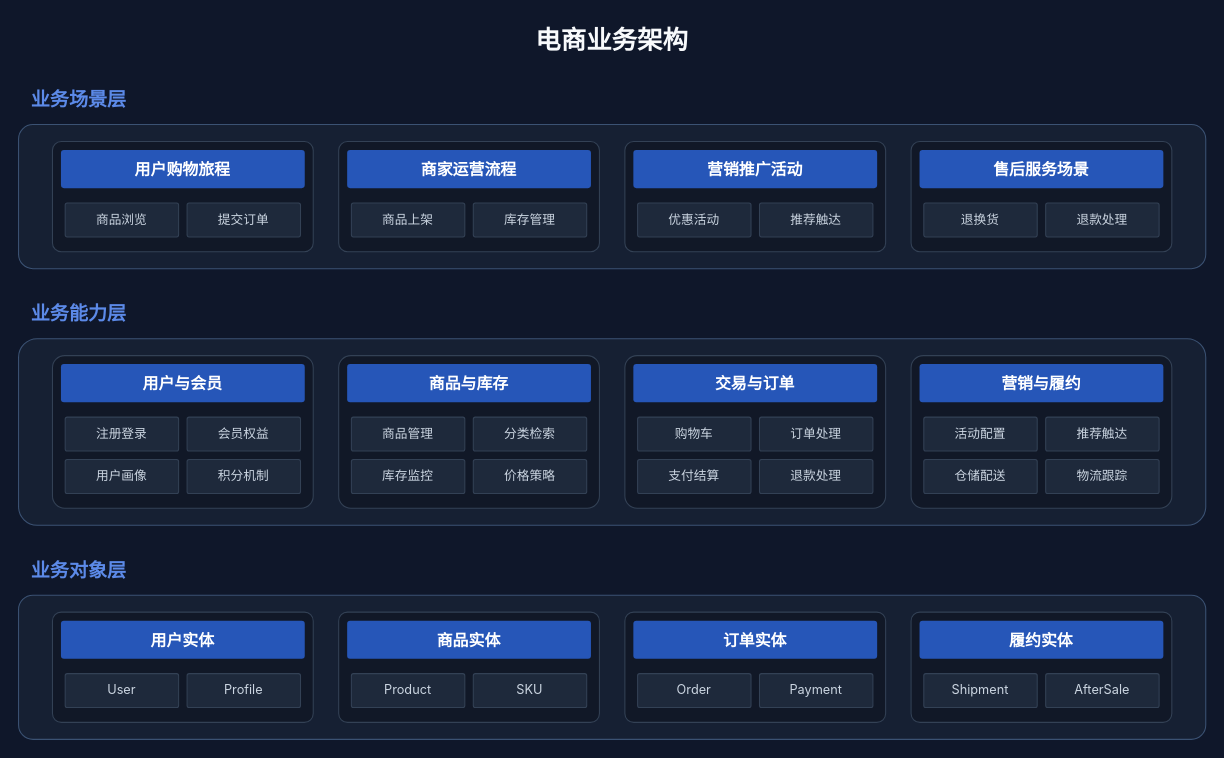
Before: .opencode/skills/xml-diagram/examples/architecture-business-dark-ecommerce.drawio in BeWaterMyFriend7/SKILL-PROJECT, a draw.io diagram. Source tidied: cells renumbered, new cells numbered last; positions are measured from the earlier drawing's top-left corner, leaving out a move shared by most shapes. Both pictures are drawn from the tidied source at 106%, with x=0, y=0 at pixel (18, 18).
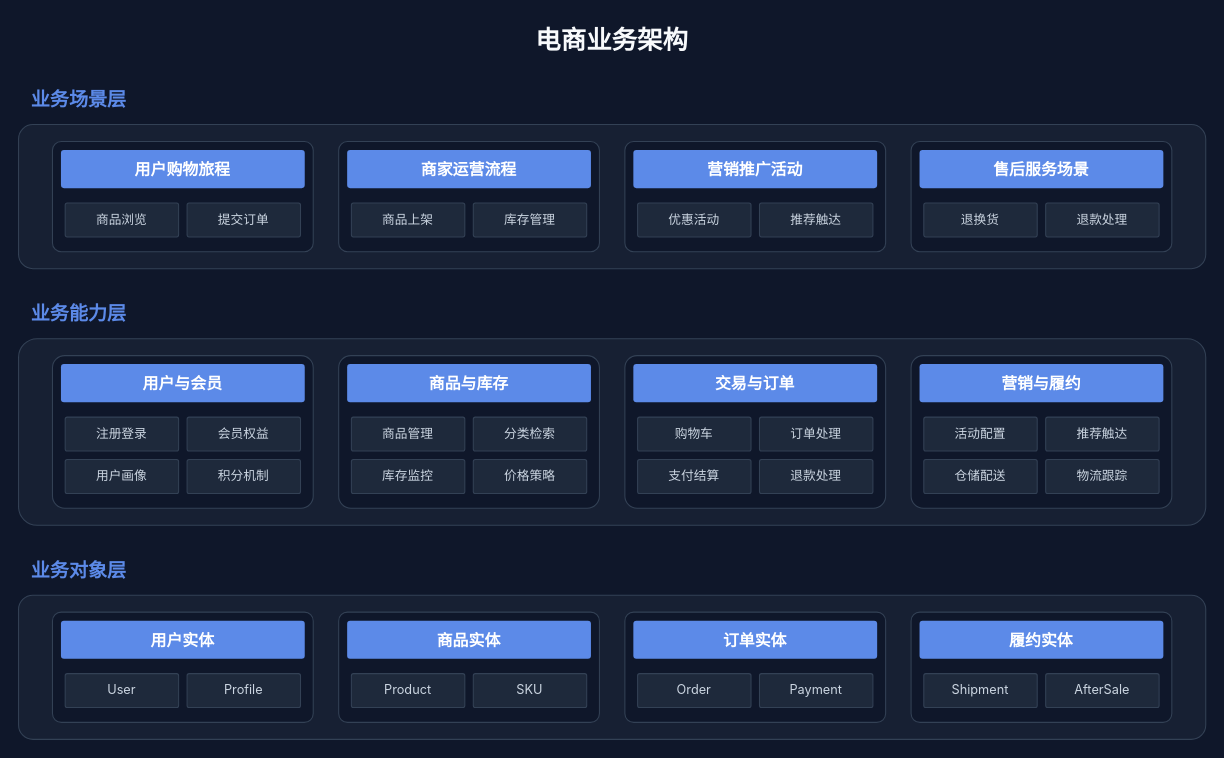
Above is the later version.

The edit, as a diff of the source:
```diff
@@
-    <mxCell id="4" style="rounded=1;arcSize=10;html=1;whiteSpace=wrap;fillColor=#162033;strokeColor=#3B5273;strokeWidth=1;" parent="1" vertex="1">
+    <mxCell id="4" style="rounded=1;arcSize=10;html=1;whiteSpace=wrap;fillColor=#172033;strokeColor=#334155;strokeWidth=1;" parent="1" vertex="1">
       <mxGeometry y="100" width="1120" height="136" as="geometry" />
     </mxCell>
-    <mxCell id="5" style="rounded=1;arcSize=8;html=1;whiteSpace=wrap;fillColor=#111827;strokeColor=#334155;strokeWidth=1;" parent="4" vertex="1">
+    <mxCell id="5" style="rounded=1;arcSize=8;html=1;whiteSpace=wrap;fillColor=#0F172A;strokeColor=#334155;strokeWidth=1;" parent="4" vertex="1">
       <mxGeometry x="32" y="16" width="246" height="104" as="geometry" />
     </mxCell>
-    <mxCell id="6" value="用户购物旅程" style="rounded=1;arcSize=8;html=1;whiteSpace=wrap;align=center;verticalAlign=middle;fillColor=#2656B8;strokeColor=none;fontFamily=Inter, Noto Sans SC, Microsoft YaHei, sans-serif;fontSize=15;fontStyle=1;fontColor=#FFFFFF;" parent="5" vertex="1">
+    <mxCell id="6" value="用户购物旅程" style="rounded=1;arcSize=8;html=1;whiteSpace=wrap;align=center;verticalAlign=middle;fillColor=#5C8AE8;strokeColor=none;fontFamily=Inter, Noto Sans SC, Microsoft YaHei, sans-serif;fontSize=15;fontStyle=1;fontColor=#FFFFFF;" parent="5" vertex="1">
       <mxGeometry x="8" y="8" width="230" height="36" as="geometry" />
     </mxCell>
@@
-    <mxCell id="9" style="rounded=1;arcSize=8;html=1;whiteSpace=wrap;fillColor=#111827;strokeColor=#334155;strokeWidth=1;" parent="4" vertex="1">
+    <mxCell id="9" style="rounded=1;arcSize=8;html=1;whiteSpace=wrap;fillColor=#0F172A;strokeColor=#334155;strokeWidth=1;" parent="4" vertex="1">
       <mxGeometry x="302" y="16" width="246" height="104" as="geometry" />
     </mxCell>
-    <mxCell id="10" value="商家运营流程" style="rounded=1;arcSize=8;html=1;whiteSpace=wrap;align=center;verticalAlign=middle;fillColor=#2656B8;strokeColor=none;fontFamily=Inter, Noto Sans SC, Microsoft YaHei, sans-serif;fontSize=15;fontStyle=1;fontColor=#FFFFFF;" parent="9" vertex="1">
+    <mxCell id="10" value="商家运营流程" style="rounded=1;arcSize=8;html=1;whiteSpace=wrap;align=center;verticalAlign=middle;fillColor=#5C8AE8;strokeColor=none;fontFamily=Inter, Noto Sans SC, Microsoft YaHei, sans-serif;fontSize=15;fontStyle=1;fontColor=#FFFFFF;" parent="9" vertex="1">
       <mxGeometry x="8" y="8" width="230" height="36" as="geometry" />
     </mxCell>
@@
-    <mxCell id="13" style="rounded=1;arcSize=8;html=1;whiteSpace=wrap;fillColor=#111827;strokeColor=#334155;strokeWidth=1;" parent="4" vertex="1">
+    <mxCell id="13" style="rounded=1;arcSize=8;html=1;whiteSpace=wrap;fillColor=#0F172A;strokeColor=#334155;strokeWidth=1;" parent="4" vertex="1">
       <mxGeometry x="572" y="16" width="246" height="104" as="geometry" />
     </mxCell>
-    <mxCell id="14" value="营销推广活动" style="rounded=1;arcSize=8;html=1;whiteSpace=wrap;align=center;verticalAlign=middle;fillColor=#2656B8;strokeColor=none;fontFamily=Inter, Noto Sans SC, Microsoft YaHei, sans-serif;fontSize=15;fontStyle=1;fontColor=#FFFFFF;" parent="13" vertex="1">
+    <mxCell id="14" value="营销推广活动" style="rounded=1;arcSize=8;html=1;whiteSpace=wrap;align=center;verticalAlign=middle;fillColor=#5C8AE8;strokeColor=none;fontFamily=Inter, Noto Sans SC, Microsoft YaHei, sans-serif;fontSize=15;fontStyle=1;fontColor=#FFFFFF;" parent="13" vertex="1">
       <mxGeometry x="8" y="8" width="230" height="36" as="geometry" />
     </mxCell>
@@
-    <mxCell id="17" style="rounded=1;arcSize=8;html=1;whiteSpace=wrap;fillColor=#111827;strokeColor=#334155;strokeWidth=1;" parent="4" vertex="1">
+    <mxCell id="17" style="rounded=1;arcSize=8;html=1;whiteSpace=wrap;fillColor=#0F172A;strokeColor=#334155;strokeWidth=1;" parent="4" vertex="1">
       <mxGeometry x="842" y="16" width="246" height="104" as="geometry" />
     </mxCell>
-    <mxCell id="18" value="售后服务场景" style="rounded=1;arcSize=8;html=1;whiteSpace=wrap;align=center;verticalAlign=middle;fillColor=#2656B8;strokeColor=none;fontFamily=Inter, Noto Sans SC, Microsoft YaHei, sans-serif;fontSize=15;fontStyle=1;fontColor=#FFFFFF;" parent="17" vertex="1">
+    <mxCell id="18" value="售后服务场景" style="rounded=1;arcSize=8;html=1;whiteSpace=wrap;align=center;verticalAlign=middle;fillColor=#5C8AE8;strokeColor=none;fontFamily=Inter, Noto Sans SC, Microsoft YaHei, sans-serif;fontSize=15;fontStyle=1;fontColor=#FFFFFF;" parent="17" vertex="1">
       <mxGeometry x="8" y="8" width="230" height="36" as="geometry" />
     </mxCell>
@@
-    <mxCell id="22" style="rounded=1;arcSize=10;html=1;whiteSpace=wrap;fillColor=#162033;strokeColor=#3B5273;strokeWidth=1;" parent="1" vertex="1">
+    <mxCell id="22" style="rounded=1;arcSize=10;html=1;whiteSpace=wrap;fillColor=#172033;strokeColor=#334155;strokeWidth=1;" parent="1" vertex="1">
       <mxGeometry y="302" width="1120" height="176" as="geometry" />
     </mxCell>
-    <mxCell id="23" style="rounded=1;arcSize=8;html=1;whiteSpace=wrap;fillColor=#111827;strokeColor=#334155;strokeWidth=1;" parent="22" vertex="1">
+    <mxCell id="23" style="rounded=1;arcSize=8;html=1;whiteSpace=wrap;fillColor=#0F172A;strokeColor=#334155;strokeWidth=1;" parent="22" vertex="1">
       <mxGeometry x="32" y="16" width="246" height="144" as="geometry" />
     </mxCell>
-    <mxCell id="24" value="用户与会员" style="rounded=1;arcSize=8;html=1;whiteSpace=wrap;align=center;verticalAlign=middle;fillColor=#2656B8;strokeColor=none;fontFamily=Inter, Noto Sans SC, Microsoft YaHei, sans-serif;fontSize=15;fontStyle=1;fontColor=#FFFFFF;" parent="23" vertex="1">
+    <mxCell id="24" value="用户与会员" style="rounded=1;arcSize=8;html=1;whiteSpace=wrap;align=center;verticalAlign=middle;fillColor=#5C8AE8;strokeColor=none;fontFamily=Inter, Noto Sans SC, Microsoft YaHei, sans-serif;fontSize=15;fontStyle=1;fontColor=#FFFFFF;" parent="23" vertex="1">
       <mxGeometry x="8" y="8" width="230" height="36" as="geometry" />
     </mxCell>
@@
-    <mxCell id="29" style="rounded=1;arcSize=8;html=1;whiteSpace=wrap;fillColor=#111827;strokeColor=#334155;strokeWidth=1;" parent="22" vertex="1">
+    <mxCell id="29" style="rounded=1;arcSize=8;html=1;whiteSpace=wrap;fillColor=#0F172A;strokeColor=#334155;strokeWidth=1;" parent="22" vertex="1">
       <mxGeometry x="302" y="16" width="246" height="144" as="geometry" />
     </mxCell>
-    <mxCell id="30" value="商品与库存" style="rounded=1;arcSize=8;html=1;whiteSpace=wrap;align=center;verticalAlign=middle;fillColor=#2656B8;strokeColor=none;fontFamily=Inter, Noto Sans SC, Microsoft YaHei, sans-serif;fontSize=15;fontStyle=1;fontColor=#FFFFFF;" parent="29" vertex="1">
+    <mxCell id="30" value="商品与库存" style="rounded=1;arcSize=8;html=1;whiteSpace=wrap;align=center;verticalAlign=middle;fillColor=#5C8AE8;strokeColor=none;fontFamily=Inter, Noto Sans SC, Microsoft YaHei, sans-serif;fontSize=15;fontStyle=1;fontColor=#FFFFFF;" parent="29" vertex="1">
       <mxGeometry x="8" y="8" width="230" height="36" as="geometry" />
     </mxCell>
@@
-    <mxCell id="35" style="rounded=1;arcSize=8;html=1;whiteSpace=wrap;fillColor=#111827;strokeColor=#334155;strokeWidth=1;" parent="22" vertex="1">
+    <mxCell id="35" style="rounded=1;arcSize=8;html=1;whiteSpace=wrap;fillColor=#0F172A;strokeColor=#334155;strokeWidth=1;" parent="22" vertex="1">
       <mxGeometry x="572" y="16" width="246" height="144" as="geometry" />
     </mxCell>
-    <mxCell id="36" value="交易与订单" style="rounded=1;arcSize=8;html=1;whiteSpace=wrap;align=center;verticalAlign=middle;fillColor=#2656B8;strokeColor=none;fontFamily=Inter, Noto Sans SC, Microsoft YaHei, sans-serif;fontSize=15;fontStyle=1;fontColor=#FFFFFF;" parent="35" vertex="1">
+    <mxCell id="36" value="交易与订单" style="rounded=1;arcSize=8;html=1;whiteSpace=wrap;align=center;verticalAlign=middle;fillColor=#5C8AE8;strokeColor=none;fontFamily=Inter, Noto Sans SC, Microsoft YaHei, sans-serif;fontSize=15;fontStyle=1;fontColor=#FFFFFF;" parent="35" vertex="1">
       <mxGeometry x="8" y="8" width="230" height="36" as="geometry" />
     </mxCell>
@@
-    <mxCell id="41" style="rounded=1;arcSize=8;html=1;whiteSpace=wrap;fillColor=#111827;strokeColor=#334155;strokeWidth=1;" parent="22" vertex="1">
+    <mxCell id="41" style="rounded=1;arcSize=8;html=1;whiteSpace=wrap;fillColor=#0F172A;strokeColor=#334155;strokeWidth=1;" parent="22" vertex="1">
       <mxGeometry x="842" y="16" width="246" height="144" as="geometry" />
     </mxCell>
-    <mxCell id="42" value="营销与履约" style="rounded=1;arcSize=8;html=1;whiteSpace=wrap;align=center;verticalAlign=middle;fillColor=#2656B8;strokeColor=none;fontFamily=Inter, Noto Sans SC, Microsoft YaHei, sans-serif;fontSize=15;fontStyle=1;fontColor=#FFFFFF;" parent="41" vertex="1">
+    <mxCell id="42" value="营销与履约" style="rounded=1;arcSize=8;html=1;whiteSpace=wrap;align=center;verticalAlign=middle;fillColor=#5C8AE8;strokeColor=none;fontFamily=Inter, Noto Sans SC, Microsoft YaHei, sans-serif;fontSize=15;fontStyle=1;fontColor=#FFFFFF;" parent="41" vertex="1">
       <mxGeometry x="8" y="8" width="230" height="36" as="geometry" />
     </mxCell>
@@
-    <mxCell id="48" style="rounded=1;arcSize=10;html=1;whiteSpace=wrap;fillColor=#162033;strokeColor=#3B5273;strokeWidth=1;" parent="1" vertex="1">
+    <mxCell id="48" style="rounded=1;arcSize=10;html=1;whiteSpace=wrap;fillColor=#172033;strokeColor=#334155;strokeWidth=1;" parent="1" vertex="1">
       <mxGeometry y="544" width="1120" height="136" as="geometry" />
     </mxCell>
-    <mxCell id="49" style="rounded=1;arcSize=8;html=1;whiteSpace=wrap;fillColor=#111827;strokeColor=#334155;strokeWidth=1;" parent="48" vertex="1">
+    <mxCell id="49" style="rounded=1;arcSize=8;html=1;whiteSpace=wrap;fillColor=#0F172A;strokeColor=#334155;strokeWidth=1;" parent="48" vertex="1">
       <mxGeometry x="32" y="16" width="246" height="104" as="geometry" />
     </mxCell>
-    <mxCell id="50" value="用户实体" style="rounded=1;arcSize=8;html=1;whiteSpace=wrap;align=center;verticalAlign=middle;fillColor=#2656B8;strokeColor=none;fontFamily=Inter, Noto Sans SC, Microsoft YaHei, sans-serif;fontSize=15;fontStyle=1;fontColor=#FFFFFF;" parent="49" vertex="1">
+    <mxCell id="50" value="用户实体" style="rounded=1;arcSize=8;html=1;whiteSpace=wrap;align=center;verticalAlign=middle;fillColor=#5C8AE8;strokeColor=none;fontFamily=Inter, Noto Sans SC, Microsoft YaHei, sans-serif;fontSize=15;fontStyle=1;fontColor=#FFFFFF;" parent="49" vertex="1">
       <mxGeometry x="8" y="8" width="230" height="36" as="geometry" />
     </mxCell>
@@
-    <mxCell id="53" style="rounded=1;arcSize=8;html=1;whiteSpace=wrap;fillColor=#111827;strokeColor=#334155;strokeWidth=1;" parent="48" vertex="1">
+    <mxCell id="53" style="rounded=1;arcSize=8;html=1;whiteSpace=wrap;fillColor=#0F172A;strokeColor=#334155;strokeWidth=1;" parent="48" vertex="1">
       <mxGeometry x="302" y="16" width="246" height="104" as="geometry" />
     </mxCell>
-    <mxCell id="54" value="商品实体" style="rounded=1;arcSize=8;html=1;whiteSpace=wrap;align=center;verticalAlign=middle;fillColor=#2656B8;strokeColor=none;fontFamily=Inter, Noto Sans SC, Microsoft YaHei, sans-serif;fontSize=15;fontStyle=1;fontColor=#FFFFFF;" parent="53" vertex="1">
+    <mxCell id="54" value="商品实体" style="rounded=1;arcSize=8;html=1;whiteSpace=wrap;align=center;verticalAlign=middle;fillColor=#5C8AE8;strokeColor=none;fontFamily=Inter, Noto Sans SC, Microsoft YaHei, sans-serif;fontSize=15;fontStyle=1;fontColor=#FFFFFF;" parent="53" vertex="1">
       <mxGeometry x="8" y="8" width="230" height="36" as="geometry" />
     </mxCell>
@@
-    <mxCell id="57" style="rounded=1;arcSize=8;html=1;whiteSpace=wrap;fillColor=#111827;strokeColor=#334155;strokeWidth=1;" parent="48" vertex="1">
+    <mxCell id="57" style="rounded=1;arcSize=8;html=1;whiteSpace=wrap;fillColor=#0F172A;strokeColor=#334155;strokeWidth=1;" parent="48" vertex="1">
       <mxGeometry x="572" y="16" width="246" height="104" as="geometry" />
     </mxCell>
-    <mxCell id="58" value="订单实体" style="rounded=1;arcSize=8;html=1;whiteSpace=wrap;align=center;verticalAlign=middle;fillColor=#2656B8;strokeColor=none;fontFamily=Inter, Noto Sans SC, Microsoft YaHei, sans-serif;fontSize=15;fontStyle=1;fontColor=#FFFFFF;" parent="57" vertex="1">
+    <mxCell id="58" value="订单实体" style="rounded=1;arcSize=8;html=1;whiteSpace=wrap;align=center;verticalAlign=middle;fillColor=#5C8AE8;strokeColor=none;fontFamily=Inter, Noto Sans SC, Microsoft YaHei, sans-serif;fontSize=15;fontStyle=1;fontColor=#FFFFFF;" parent="57" vertex="1">
       <mxGeometry x="8" y="8" width="230" height="36" as="geometry" />
     </mxCell>
@@
-    <mxCell id="61" style="rounded=1;arcSize=8;html=1;whiteSpace=wrap;fillColor=#111827;strokeColor=#334155;strokeWidth=1;" parent="48" vertex="1">
+    <mxCell id="61" style="rounded=1;arcSize=8;html=1;whiteSpace=wrap;fillColor=#0F172A;strokeColor=#334155;strokeWidth=1;" parent="48" vertex="1">
       <mxGeometry x="842" y="16" width="246" height="104" as="geometry" />
     </mxCell>
-    <mxCell id="62" value="履约实体" style="rounded=1;arcSize=8;html=1;whiteSpace=wrap;align=center;verticalAlign=middle;fillColor=#2656B8;strokeColor=none;fontFamily=Inter, Noto Sans SC, Microsoft YaHei, sans-serif;fontSize=15;fontStyle=1;fontColor=#FFFFFF;" parent="61" vertex="1">
+    <mxCell id="62" value="履约实体" style="rounded=1;arcSize=8;html=1;whiteSpace=wrap;align=center;verticalAlign=middle;fillColor=#5C8AE8;strokeColor=none;fontFamily=Inter, Noto Sans SC, Microsoft YaHei, sans-serif;fontSize=15;fontStyle=1;fontColor=#FFFFFF;" parent="61" vertex="1">
       <mxGeometry x="8" y="8" width="230" height="36" as="geometry" />
     </mxCell>
```
